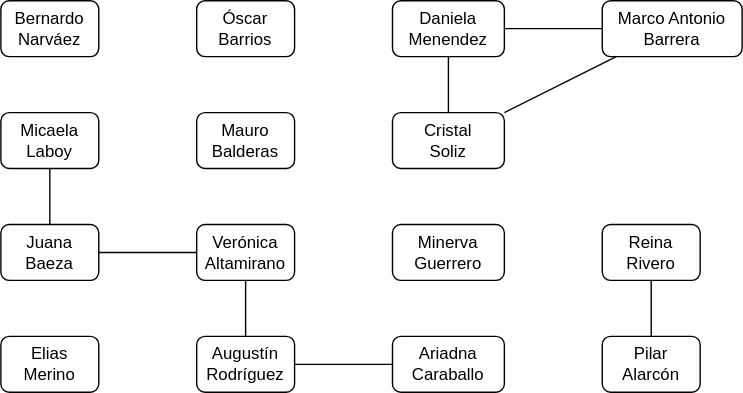
Earlier version of the draw.io export res/img/contact_tracing.svg (gvwilson/sql-tutorial). Source tidied: cells renumbered, new cells last; positions are measured from the earlier drawing's top-left corner, leaving out a move shared by most shapes. The source it was exported from:
```xml
<mxGraphModel>
  <root>
    <mxCell id="0" />
    <mxCell id="1" parent="0" />
    <mxCell id="2" value="Óscar&lt;br&gt;Barrios" style="rounded=1;whiteSpace=wrap;html=1;fillColor=none;" parent="1" vertex="1">
      <mxGeometry x="140" width="70" height="40" as="geometry" />
    </mxCell>
    <mxCell id="3" value="Daniela&lt;br&gt;Menendez" style="rounded=1;whiteSpace=wrap;html=1;fillColor=none;" parent="1" vertex="1">
      <mxGeometry x="280" width="80" height="40" as="geometry" />
    </mxCell>
    <mxCell id="4" value="Marco Antonio&lt;br&gt;Barrera" style="rounded=1;whiteSpace=wrap;html=1;fillColor=none;" parent="1" vertex="1">
      <mxGeometry x="430" width="100" height="40" as="geometry" />
    </mxCell>
    <mxCell id="5" value="Bernardo&lt;br&gt;Narváez" style="rounded=1;whiteSpace=wrap;html=1;fillColor=none;" parent="1" vertex="1">
      <mxGeometry width="70" height="40" as="geometry" />
    </mxCell>
    <mxCell id="6" value="Cristal&lt;br&gt;Soliz" style="rounded=1;whiteSpace=wrap;html=1;fillColor=none;" parent="1" vertex="1">
      <mxGeometry x="280" y="80" width="80" height="40" as="geometry" />
    </mxCell>
    <mxCell id="7" value="Micaela&lt;br&gt;Laboy" style="rounded=1;whiteSpace=wrap;html=1;fillColor=none;" parent="1" vertex="1">
      <mxGeometry y="80" width="70" height="40" as="geometry" />
    </mxCell>
    <mxCell id="8" value="Juana&lt;br&gt;Baeza" style="rounded=1;whiteSpace=wrap;html=1;fillColor=none;" parent="1" vertex="1">
      <mxGeometry y="160" width="70" height="40" as="geometry" />
    </mxCell>
    <mxCell id="9" value="Elias&lt;br&gt;Merino" style="rounded=1;whiteSpace=wrap;html=1;fillColor=none;" parent="1" vertex="1">
      <mxGeometry y="240" width="70" height="40" as="geometry" />
    </mxCell>
    <mxCell id="10" style="endArrow=none;html=1;rounded=0;" parent="1" edge="1" source="6" target="4">
      <mxGeometry relative="1" as="geometry" />
    </mxCell>
    <mxCell id="11" style="endArrow=none;html=1;rounded=0;" parent="1" edge="1" source="3" target="4">
      <mxGeometry relative="1" as="geometry" />
    </mxCell>
    <mxCell id="12" style="endArrow=none;html=1;rounded=0;" parent="1" edge="1" source="3" target="6">
      <mxGeometry relative="1" as="geometry" />
    </mxCell>
    <mxCell id="13" style="endArrow=none;html=1;rounded=0;" parent="1" edge="1" source="8" target="7">
      <mxGeometry relative="1" as="geometry" />
    </mxCell>
    <mxCell id="14" value="Mauro&lt;br&gt;Balderas" style="rounded=1;whiteSpace=wrap;html=1;fillColor=none;" parent="1" vertex="1">
      <mxGeometry x="140" y="80" width="70" height="40" as="geometry" />
    </mxCell>
    <mxCell id="15" value="Verónica&lt;br&gt;Altamirano" style="rounded=1;whiteSpace=wrap;html=1;fillColor=none;" parent="1" vertex="1">
      <mxGeometry x="140" y="160" width="70" height="40" as="geometry" />
    </mxCell>
    <mxCell id="16" style="endArrow=none;html=1;rounded=0;" parent="1" edge="1" source="8" target="15">
      <mxGeometry relative="1" as="geometry" />
    </mxCell>
    <mxCell id="17" value="Augustín&lt;br&gt;Rodríguez" style="rounded=1;whiteSpace=wrap;html=1;fillColor=none;" parent="1" vertex="1">
      <mxGeometry x="140" y="240" width="70" height="40" as="geometry" />
    </mxCell>
    <mxCell id="18" style="endArrow=none;html=1;rounded=0;" parent="1" edge="1" source="15" target="17">
      <mxGeometry relative="1" as="geometry" />
    </mxCell>
    <mxCell id="19" value="Ariadna&lt;br&gt;Caraballo" style="rounded=1;whiteSpace=wrap;html=1;fillColor=none;" parent="1" vertex="1">
      <mxGeometry x="280" y="240" width="80" height="40" as="geometry" />
    </mxCell>
    <mxCell id="20" style="endArrow=none;html=1;rounded=0;" parent="1" edge="1" source="17" target="19">
      <mxGeometry relative="1" as="geometry" />
    </mxCell>
    <mxCell id="21" value="Minerva&lt;br&gt;Guerrero" style="rounded=1;whiteSpace=wrap;html=1;fillColor=none;" parent="1" vertex="1">
      <mxGeometry x="280" y="160" width="80" height="40" as="geometry" />
    </mxCell>
    <mxCell id="22" value="Reina&lt;br&gt;Rivero" style="rounded=1;whiteSpace=wrap;html=1;fillColor=none;" parent="1" vertex="1">
      <mxGeometry x="430" y="160" width="70" height="40" as="geometry" />
    </mxCell>
    <mxCell id="23" value="Pilar&lt;br&gt;Alarcón" style="rounded=1;whiteSpace=wrap;html=1;fillColor=none;" parent="1" vertex="1">
      <mxGeometry x="430" y="240" width="70" height="40" as="geometry" />
    </mxCell>
    <mxCell id="24" style="endArrow=none;html=1;rounded=0;" parent="1" edge="1" source="23" target="22">
      <mxGeometry relative="1" as="geometry" />
    </mxCell>
  </root>
</mxGraphModel>
```
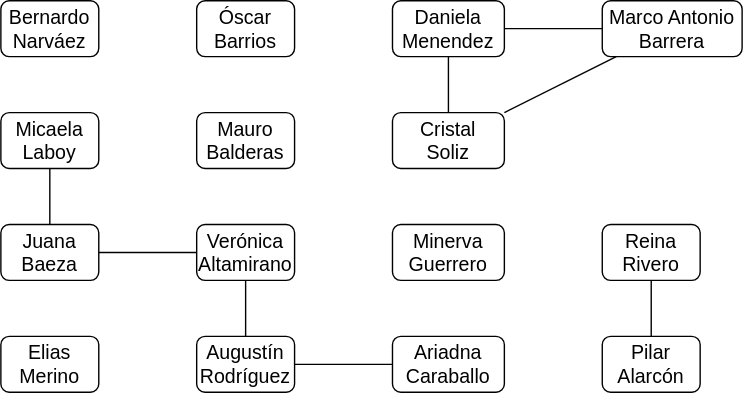
The same file after the commit.

What changed in the source:
```diff
@@ -2,73 +2,73 @@
   <root>
     <mxCell id="0" />
     <mxCell id="1" parent="0" />
-    <mxCell id="2" value="Óscar&lt;br&gt;Barrios" style="rounded=1;whiteSpace=wrap;html=1;fillColor=none;" parent="1" vertex="1">
+    <mxCell id="2" value="Óscar&lt;br style=&quot;font-size: 14px;&quot;&gt;Barrios" style="rounded=1;whiteSpace=wrap;html=1;fillColor=none;fontSize=14;" parent="1" vertex="1">
       <mxGeometry x="140" width="70" height="40" as="geometry" />
     </mxCell>
-    <mxCell id="3" value="Daniela&lt;br&gt;Menendez" style="rounded=1;whiteSpace=wrap;html=1;fillColor=none;" parent="1" vertex="1">
+    <mxCell id="3" value="Daniela&lt;br style=&quot;font-size: 14px;&quot;&gt;Menendez" style="rounded=1;whiteSpace=wrap;html=1;fillColor=none;fontSize=14;" parent="1" vertex="1">
       <mxGeometry x="280" width="80" height="40" as="geometry" />
     </mxCell>
-    <mxCell id="4" value="Marco Antonio&lt;br&gt;Barrera" style="rounded=1;whiteSpace=wrap;html=1;fillColor=none;" parent="1" vertex="1">
+    <mxCell id="4" value="Marco Antonio&lt;br style=&quot;font-size: 14px;&quot;&gt;Barrera" style="rounded=1;whiteSpace=wrap;html=1;fillColor=none;fontSize=14;" parent="1" vertex="1">
       <mxGeometry x="430" width="100" height="40" as="geometry" />
     </mxCell>
-    <mxCell id="5" value="Bernardo&lt;br&gt;Narváez" style="rounded=1;whiteSpace=wrap;html=1;fillColor=none;" parent="1" vertex="1">
+    <mxCell id="5" value="Bernardo&lt;br style=&quot;font-size: 14px;&quot;&gt;Narváez" style="rounded=1;whiteSpace=wrap;html=1;fillColor=none;fontSize=14;" parent="1" vertex="1">
       <mxGeometry width="70" height="40" as="geometry" />
     </mxCell>
-    <mxCell id="6" value="Cristal&lt;br&gt;Soliz" style="rounded=1;whiteSpace=wrap;html=1;fillColor=none;" parent="1" vertex="1">
+    <mxCell id="6" value="Cristal&lt;br style=&quot;font-size: 14px;&quot;&gt;Soliz" style="rounded=1;whiteSpace=wrap;html=1;fillColor=none;fontSize=14;" parent="1" vertex="1">
       <mxGeometry x="280" y="80" width="80" height="40" as="geometry" />
     </mxCell>
-    <mxCell id="7" value="Micaela&lt;br&gt;Laboy" style="rounded=1;whiteSpace=wrap;html=1;fillColor=none;" parent="1" vertex="1">
+    <mxCell id="7" value="Micaela&lt;br style=&quot;font-size: 14px;&quot;&gt;Laboy" style="rounded=1;whiteSpace=wrap;html=1;fillColor=none;fontSize=14;" parent="1" vertex="1">
       <mxGeometry y="80" width="70" height="40" as="geometry" />
     </mxCell>
-    <mxCell id="8" value="Juana&lt;br&gt;Baeza" style="rounded=1;whiteSpace=wrap;html=1;fillColor=none;" parent="1" vertex="1">
+    <mxCell id="8" value="Juana&lt;br style=&quot;font-size: 14px;&quot;&gt;Baeza" style="rounded=1;whiteSpace=wrap;html=1;fillColor=none;fontSize=14;" parent="1" vertex="1">
       <mxGeometry y="160" width="70" height="40" as="geometry" />
     </mxCell>
-    <mxCell id="9" value="Elias&lt;br&gt;Merino" style="rounded=1;whiteSpace=wrap;html=1;fillColor=none;" parent="1" vertex="1">
+    <mxCell id="9" value="Elias&lt;br style=&quot;font-size: 14px;&quot;&gt;Merino" style="rounded=1;whiteSpace=wrap;html=1;fillColor=none;fontSize=14;" parent="1" vertex="1">
       <mxGeometry y="240" width="70" height="40" as="geometry" />
     </mxCell>
-    <mxCell id="10" style="endArrow=none;html=1;rounded=0;" parent="1" edge="1" source="6" target="4">
+    <mxCell id="10" style="endArrow=none;html=1;rounded=0;fontSize=14;" parent="1" edge="1" source="6" target="4">
       <mxGeometry relative="1" as="geometry" />
     </mxCell>
-    <mxCell id="11" style="endArrow=none;html=1;rounded=0;" parent="1" edge="1" source="3" target="4">
+    <mxCell id="11" style="endArrow=none;html=1;rounded=0;fontSize=14;" parent="1" edge="1" source="3" target="4">
       <mxGeometry relative="1" as="geometry" />
     </mxCell>
-    <mxCell id="12" style="endArrow=none;html=1;rounded=0;" parent="1" edge="1" source="3" target="6">
+    <mxCell id="12" style="endArrow=none;html=1;rounded=0;fontSize=14;" parent="1" edge="1" source="3" target="6">
       <mxGeometry relative="1" as="geometry" />
     </mxCell>
-    <mxCell id="13" style="endArrow=none;html=1;rounded=0;" parent="1" edge="1" source="8" target="7">
+    <mxCell id="13" style="endArrow=none;html=1;rounded=0;fontSize=14;" parent="1" edge="1" source="8" target="7">
       <mxGeometry relative="1" as="geometry" />
     </mxCell>
-    <mxCell id="14" value="Mauro&lt;br&gt;Balderas" style="rounded=1;whiteSpace=wrap;html=1;fillColor=none;" parent="1" vertex="1">
+    <mxCell id="14" value="Mauro&lt;br style=&quot;font-size: 14px;&quot;&gt;Balderas" style="rounded=1;whiteSpace=wrap;html=1;fillColor=none;fontSize=14;" parent="1" vertex="1">
       <mxGeometry x="140" y="80" width="70" height="40" as="geometry" />
     </mxCell>
-    <mxCell id="15" value="Verónica&lt;br&gt;Altamirano" style="rounded=1;whiteSpace=wrap;html=1;fillColor=none;" parent="1" vertex="1">
+    <mxCell id="15" value="Verónica&lt;br style=&quot;font-size: 14px;&quot;&gt;Altamirano" style="rounded=1;whiteSpace=wrap;html=1;fillColor=none;fontSize=14;" parent="1" vertex="1">
       <mxGeometry x="140" y="160" width="70" height="40" as="geometry" />
     </mxCell>
-    <mxCell id="16" style="endArrow=none;html=1;rounded=0;" parent="1" edge="1" source="8" target="15">
+    <mxCell id="16" style="endArrow=none;html=1;rounded=0;fontSize=14;" parent="1" edge="1" source="8" target="15">
       <mxGeometry relative="1" as="geometry" />
     </mxCell>
-    <mxCell id="17" value="Augustín&lt;br&gt;Rodríguez" style="rounded=1;whiteSpace=wrap;html=1;fillColor=none;" parent="1" vertex="1">
+    <mxCell id="17" value="Augustín&lt;br style=&quot;font-size: 14px;&quot;&gt;Rodríguez" style="rounded=1;whiteSpace=wrap;html=1;fillColor=none;fontSize=14;" parent="1" vertex="1">
       <mxGeometry x="140" y="240" width="70" height="40" as="geometry" />
     </mxCell>
-    <mxCell id="18" style="endArrow=none;html=1;rounded=0;" parent="1" edge="1" source="15" target="17">
+    <mxCell id="18" style="endArrow=none;html=1;rounded=0;fontSize=14;" parent="1" edge="1" source="15" target="17">
       <mxGeometry relative="1" as="geometry" />
     </mxCell>
-    <mxCell id="19" value="Ariadna&lt;br&gt;Caraballo" style="rounded=1;whiteSpace=wrap;html=1;fillColor=none;" parent="1" vertex="1">
+    <mxCell id="19" value="Ariadna&lt;br style=&quot;font-size: 14px;&quot;&gt;Caraballo" style="rounded=1;whiteSpace=wrap;html=1;fillColor=none;fontSize=14;" parent="1" vertex="1">
       <mxGeometry x="280" y="240" width="80" height="40" as="geometry" />
     </mxCell>
-    <mxCell id="20" style="endArrow=none;html=1;rounded=0;" parent="1" edge="1" source="17" target="19">
+    <mxCell id="20" style="endArrow=none;html=1;rounded=0;fontSize=14;" parent="1" edge="1" source="17" target="19">
       <mxGeometry relative="1" as="geometry" />
     </mxCell>
-    <mxCell id="21" value="Minerva&lt;br&gt;Guerrero" style="rounded=1;whiteSpace=wrap;html=1;fillColor=none;" parent="1" vertex="1">
+    <mxCell id="21" value="Minerva&lt;br style=&quot;font-size: 14px;&quot;&gt;Guerrero" style="rounded=1;whiteSpace=wrap;html=1;fillColor=none;fontSize=14;" parent="1" vertex="1">
       <mxGeometry x="280" y="160" width="80" height="40" as="geometry" />
     </mxCell>
-    <mxCell id="22" value="Reina&lt;br&gt;Rivero" style="rounded=1;whiteSpace=wrap;html=1;fillColor=none;" parent="1" vertex="1">
+    <mxCell id="22" value="Reina&lt;br style=&quot;font-size: 14px;&quot;&gt;Rivero" style="rounded=1;whiteSpace=wrap;html=1;fillColor=none;fontSize=14;" parent="1" vertex="1">
       <mxGeometry x="430" y="160" width="70" height="40" as="geometry" />
     </mxCell>
-    <mxCell id="23" value="Pilar&lt;br&gt;Alarcón" style="rounded=1;whiteSpace=wrap;html=1;fillColor=none;" parent="1" vertex="1">
+    <mxCell id="23" value="Pilar&lt;br style=&quot;font-size: 14px;&quot;&gt;Alarcón" style="rounded=1;whiteSpace=wrap;html=1;fillColor=none;fontSize=14;" parent="1" vertex="1">
       <mxGeometry x="430" y="240" width="70" height="40" as="geometry" />
     </mxCell>
-    <mxCell id="24" style="endArrow=none;html=1;rounded=0;" parent="1" edge="1" source="23" target="22">
+    <mxCell id="24" style="endArrow=none;html=1;rounded=0;fontSize=14;" parent="1" edge="1" source="23" target="22">
       <mxGeometry relative="1" as="geometry" />
     </mxCell>
   </root>
```
